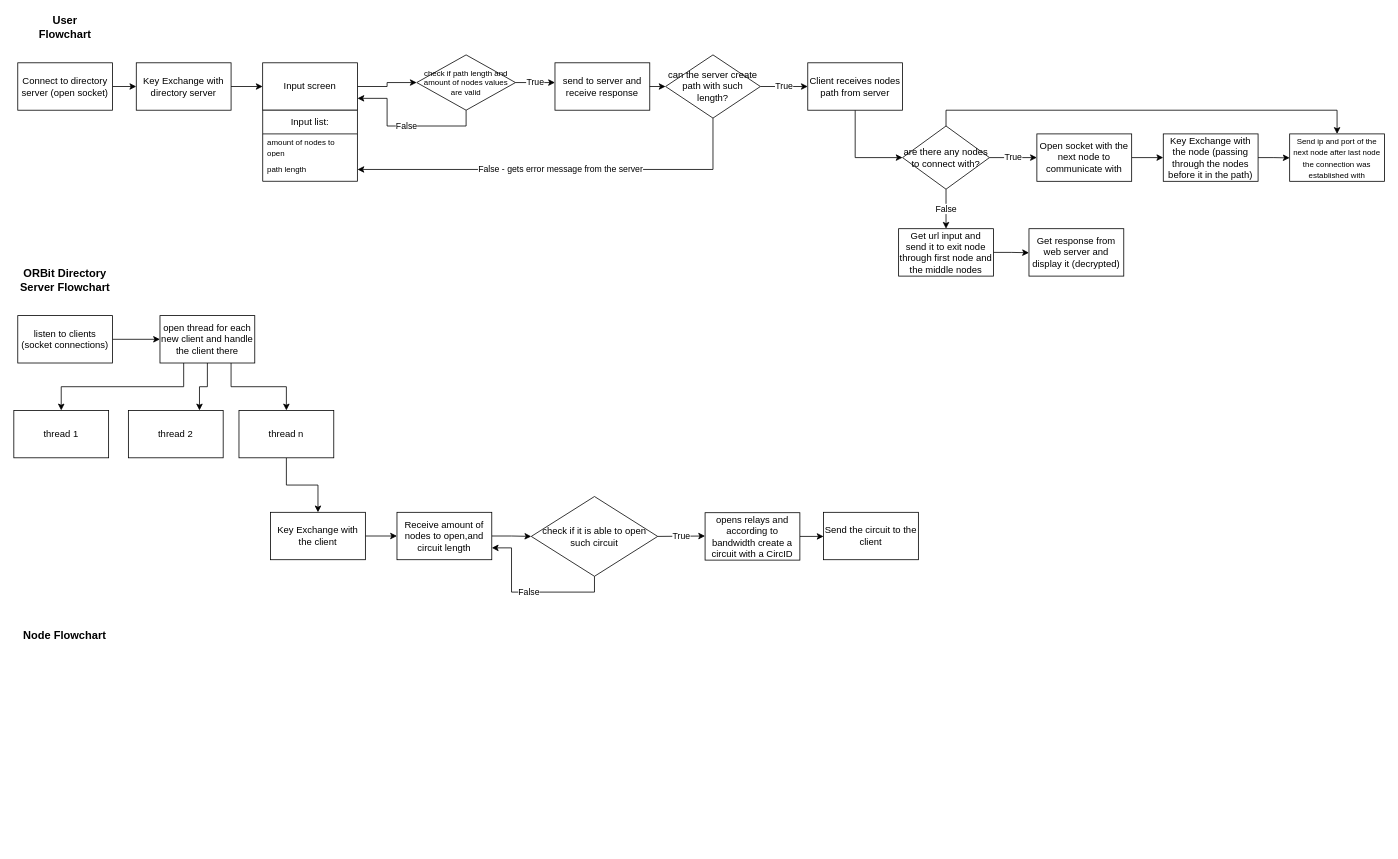
Earlier version of the draw.io diagram ORBit Flowchart.drawio (LiamForReal/orbit). Source tidied: cells renumbered, new cells numbered last; positions are measured from the earlier drawing's top-left corner, leaving out a move shared by most shapes. Both pictures are drawn from the tidied source at 79%, with x=0, y=0 at pixel (13, 15).
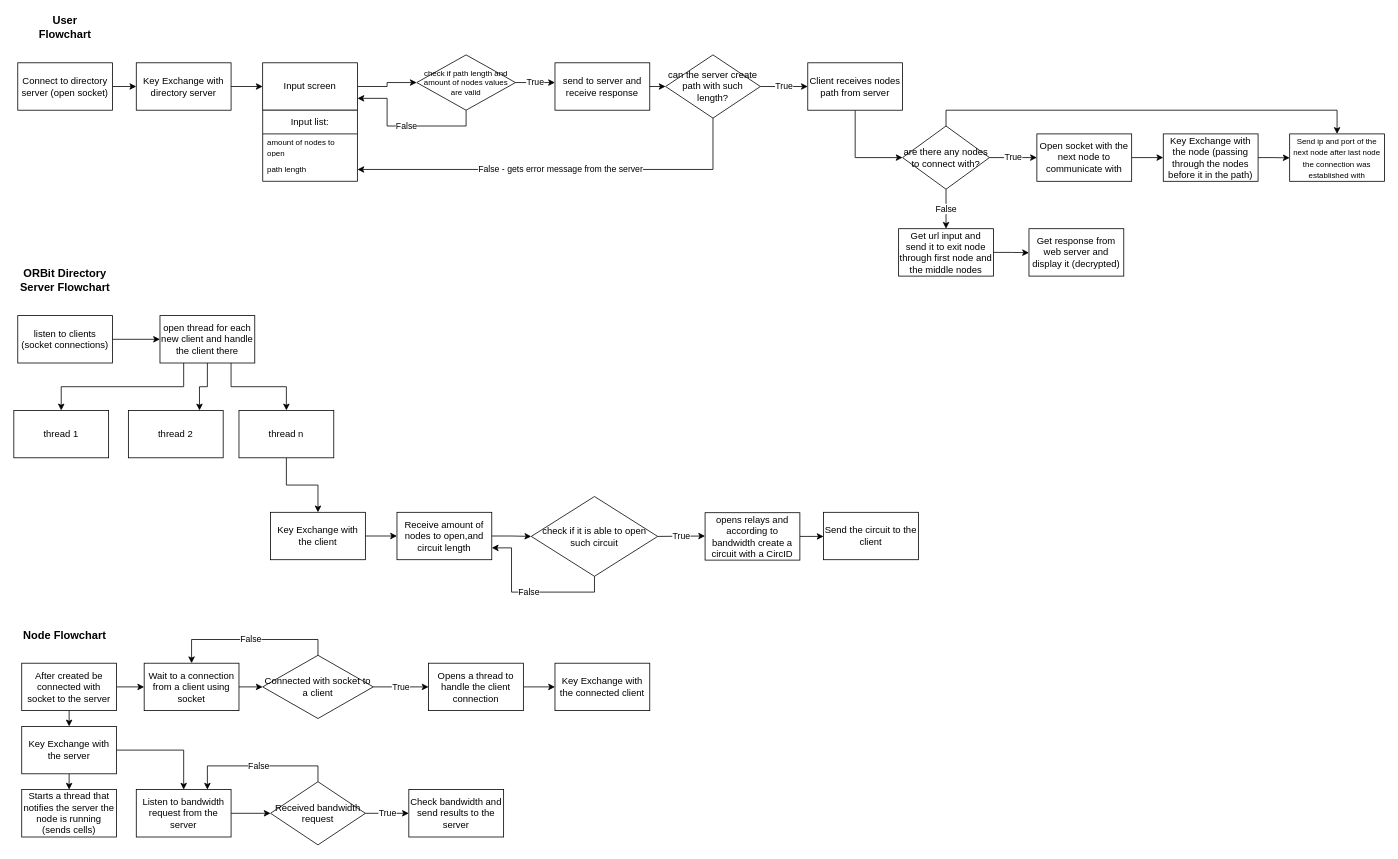
Above is the later version.

Commit message:
Update ORBit Flowchart.drawio (progress with node's flowchart))

Change to the diagram source:
```diff
@@
+    <mxCell id="56" style="edgeStyle=orthogonalEdgeStyle;rounded=0;jettySize=auto;html=1;exitX=1;exitY=0.5;exitDx=0;exitDy=0;entryX=0;entryY=0.5;entryDx=0;entryDy=0;" parent="1" edge="1" source="58" target="60">
+      <mxGeometry relative="1" as="geometry" />
+    </mxCell>
+    <mxCell id="57" style="edgeStyle=orthogonalEdgeStyle;rounded=0;jettySize=auto;html=1;exitX=0.5;exitY=1;exitDx=0;exitDy=0;entryX=0.5;entryY=0;entryDx=0;entryDy=0;" parent="1" edge="1" source="58" target="68">
+      <mxGeometry relative="1" as="geometry" />
+    </mxCell>
+    <mxCell id="58" value="After created be connected with socket to the server" style="rounded=0;whiteSpace=wrap;html=1;" parent="1" vertex="1">
+      <mxGeometry x="10" y="820" width="120" height="60" as="geometry" />
+    </mxCell>
+    <mxCell id="59" style="edgeStyle=orthogonalEdgeStyle;rounded=0;jettySize=auto;html=1;exitX=1;exitY=0.5;exitDx=0;exitDy=0;entryX=0;entryY=0.5;entryDx=0;entryDy=0;" parent="1" edge="1" source="60" target="64">
+      <mxGeometry relative="1" as="geometry" />
+    </mxCell>
+    <mxCell id="60" value="Wait to a connection from a client using socket" style="rounded=0;whiteSpace=wrap;html=1;" parent="1" vertex="1">
+      <mxGeometry x="165" y="820" width="120" height="60" as="geometry" />
+    </mxCell>
+    <mxCell id="61" value="Starts a thread that notifies the server the node is running (sends cells)" style="rounded=0;whiteSpace=wrap;html=1;" parent="1" vertex="1">
+      <mxGeometry x="10" y="980" width="120" height="60" as="geometry" />
+    </mxCell>
+    <mxCell id="62" value="False" style="edgeStyle=orthogonalEdgeStyle;rounded=0;jettySize=auto;html=1;exitX=0.5;exitY=0;exitDx=0;exitDy=0;entryX=0.5;entryY=0;entryDx=0;entryDy=0;" parent="1" edge="1" source="64" target="60">
+      <mxGeometry relative="1" as="geometry" />
+    </mxCell>
+    <mxCell id="63" value="True" style="edgeStyle=orthogonalEdgeStyle;rounded=0;jettySize=auto;html=1;exitX=1;exitY=0.5;exitDx=0;exitDy=0;entryX=0;entryY=0.5;entryDx=0;entryDy=0;" parent="1" edge="1" source="64" target="70">
+      <mxGeometry relative="1" as="geometry" />
+    </mxCell>
+    <mxCell id="64" value="Connected with socket to a client " style="rhombus;whiteSpace=wrap;html=1;" parent="1" vertex="1">
+      <mxGeometry x="315" y="810" width="140" height="80" as="geometry" />
+    </mxCell>
+    <mxCell id="65" value="Key Exchange with the connected client" style="rounded=0;whiteSpace=wrap;html=1;" parent="1" vertex="1">
+      <mxGeometry x="685" y="820" width="120" height="60" as="geometry" />
+    </mxCell>
+    <mxCell id="66" style="edgeStyle=orthogonalEdgeStyle;rounded=0;jettySize=auto;html=1;exitX=0.5;exitY=1;exitDx=0;exitDy=0;entryX=0.5;entryY=0;entryDx=0;entryDy=0;" parent="1" edge="1" source="68" target="61">
+      <mxGeometry relative="1" as="geometry" />
+    </mxCell>
+    <mxCell id="67" style="edgeStyle=orthogonalEdgeStyle;rounded=0;jettySize=auto;html=1;exitX=1;exitY=0.5;exitDx=0;exitDy=0;" parent="1" edge="1" source="68" target="72">
+      <mxGeometry relative="1" as="geometry" />
+    </mxCell>
+    <mxCell id="68" value="Key Exchange with the server" style="rounded=0;whiteSpace=wrap;html=1;" parent="1" vertex="1">
+      <mxGeometry x="10" y="900" width="120" height="60" as="geometry" />
+    </mxCell>
+    <mxCell id="69" style="edgeStyle=orthogonalEdgeStyle;rounded=0;jettySize=auto;html=1;exitX=1;exitY=0.5;exitDx=0;exitDy=0;entryX=0;entryY=0.5;entryDx=0;entryDy=0;" parent="1" edge="1" source="70" target="65">
+      <mxGeometry relative="1" as="geometry" />
+    </mxCell>
+    <mxCell id="70" value="Opens a thread to handle the client connection" style="rounded=0;whiteSpace=wrap;html=1;" parent="1" vertex="1">
+      <mxGeometry x="525" y="820" width="120" height="60" as="geometry" />
+    </mxCell>
+    <mxCell id="71" style="edgeStyle=orthogonalEdgeStyle;rounded=0;jettySize=auto;html=1;exitX=1;exitY=0.5;exitDx=0;exitDy=0;entryX=0;entryY=0.5;entryDx=0;entryDy=0;" parent="1" edge="1" source="72" target="75">
+      <mxGeometry relative="1" as="geometry" />
+    </mxCell>
+    <mxCell id="72" value="Listen to bandwidth request from the server" style="rounded=0;whiteSpace=wrap;html=1;" parent="1" vertex="1">
+      <mxGeometry x="155" y="980" width="120" height="60" as="geometry" />
+    </mxCell>
+    <mxCell id="73" value="False" style="edgeStyle=orthogonalEdgeStyle;rounded=0;jettySize=auto;html=1;exitX=0.5;exitY=0;exitDx=0;exitDy=0;entryX=0.75;entryY=0;entryDx=0;entryDy=0;" parent="1" edge="1" source="75" target="72">
+      <mxGeometry relative="1" as="geometry" />
+    </mxCell>
+    <mxCell id="74" value="True" style="edgeStyle=orthogonalEdgeStyle;rounded=0;jettySize=auto;html=1;exitX=1;exitY=0.5;exitDx=0;exitDy=0;entryX=0;entryY=0.5;entryDx=0;entryDy=0;" parent="1" edge="1" source="75" target="76">
+      <mxGeometry relative="1" as="geometry" />
+    </mxCell>
+    <mxCell id="75" value="Received bandwidth request" style="rhombus;whiteSpace=wrap;html=1;" parent="1" vertex="1">
+      <mxGeometry x="325" y="970" width="120" height="80" as="geometry" />
+    </mxCell>
+    <mxCell id="76" value="Check bandwidth and send results to the server" style="rounded=0;whiteSpace=wrap;html=1;" parent="1" vertex="1">
+      <mxGeometry x="500" y="980" width="120" height="60" as="geometry" />
+    </mxCell>
```
